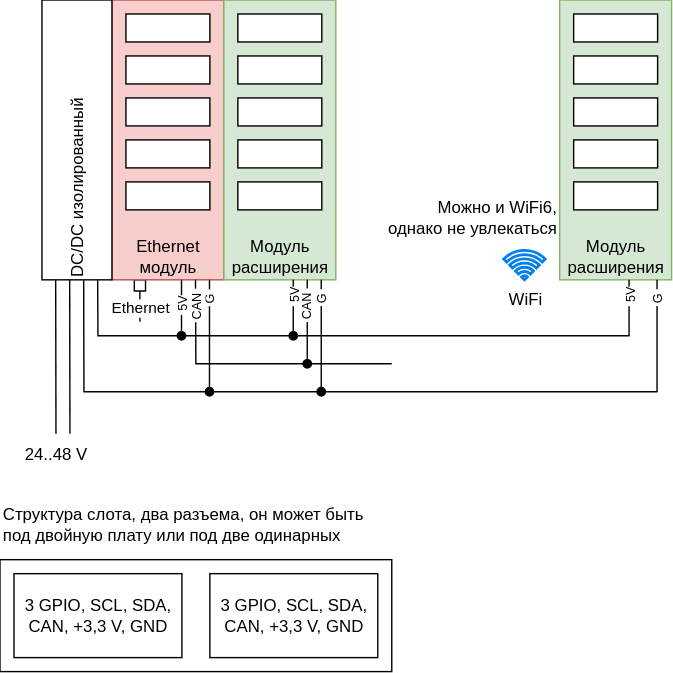
Above: docs/esphome/pic/modules.svg in atitoff/CSH4 (draw.io), before the change. Source tidied: cells renumbered, new cells last; positions are measured from the earlier drawing's top-left corner, leaving out a move shared by most shapes.
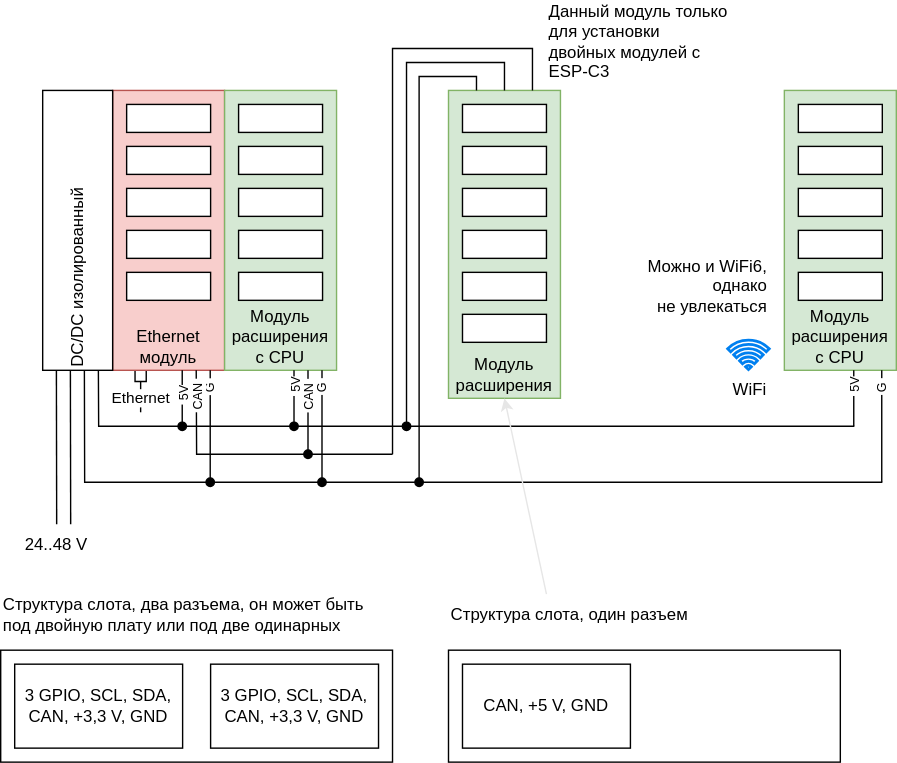
Above is the later version.

What changed in the source:
```diff
@@ -30,7 +30,7 @@
     <mxCell id="9" style="rounded=0;whiteSpace=wrap;html=1;" parent="1" vertex="1">
       <mxGeometry x="90" y="130" width="60" height="20" as="geometry" />
     </mxCell>
-    <mxCell id="10" value="Модуль расширения" style="rounded=0;whiteSpace=wrap;html=1;fillColor=#d5e8d4;strokeColor=#82b366;verticalAlign=bottom;" parent="1" vertex="1">
+    <mxCell id="10" value="Модуль расширения c CPU" style="rounded=0;whiteSpace=wrap;html=1;fillColor=#d5e8d4;strokeColor=#82b366;verticalAlign=bottom;" parent="1" vertex="1">
       <mxGeometry x="160" width="80" height="200" as="geometry" />
     </mxCell>
     <mxCell id="11" style="rounded=0;whiteSpace=wrap;html=1;" parent="1" vertex="1">
@@ -95,7 +95,7 @@
     </mxCell>
     <mxCell id="24" style="endArrow=none;html=1;rounded=0;" parent="1" edge="1">
       <mxGeometry relative="1" as="geometry">
-        <mxPoint x="470" y="280" as="sourcePoint" />
+        <mxPoint x="630" y="280" as="sourcePoint" />
         <mxPoint x="59.8" y="200" as="targetPoint" />
         <Array as="points">
           <mxPoint x="60" y="280" />
@@ -110,7 +110,7 @@
     </mxCell>
     <mxCell id="26" style="endArrow=none;html=1;rounded=0;" parent="1" edge="1">
       <mxGeometry relative="1" as="geometry">
-        <mxPoint x="450" y="240" as="sourcePoint" />
+        <mxPoint x="610" y="240" as="sourcePoint" />
         <mxPoint x="69.8" y="200" as="targetPoint" />
         <Array as="points">
           <mxPoint x="70" y="240" />
@@ -153,28 +153,28 @@
         <mxPoint x="-1" y="-5" as="offset" />
       </mxGeometry>
     </mxCell>
-    <mxCell id="34" value="Модуль расширения" style="rounded=0;whiteSpace=wrap;html=1;fillColor=#d5e8d4;strokeColor=#82b366;verticalAlign=bottom;" parent="1" vertex="1">
-      <mxGeometry x="400" width="80" height="200" as="geometry" />
+    <mxCell id="34" value="Модуль расширения c CPU" style="rounded=0;whiteSpace=wrap;html=1;fillColor=#d5e8d4;strokeColor=#82b366;verticalAlign=bottom;" parent="1" vertex="1">
+      <mxGeometry x="560" width="80" height="200" as="geometry" />
     </mxCell>
     <mxCell id="35" style="rounded=0;whiteSpace=wrap;html=1;" parent="1" vertex="1">
-      <mxGeometry x="410" y="10" width="60" height="20" as="geometry" />
+      <mxGeometry x="570" y="10" width="60" height="20" as="geometry" />
     </mxCell>
     <mxCell id="36" style="rounded=0;whiteSpace=wrap;html=1;" parent="1" vertex="1">
-      <mxGeometry x="410" y="40" width="60" height="20" as="geometry" />
+      <mxGeometry x="570" y="40" width="60" height="20" as="geometry" />
     </mxCell>
     <mxCell id="37" style="rounded=0;whiteSpace=wrap;html=1;" parent="1" vertex="1">
-      <mxGeometry x="410" y="70" width="60" height="20" as="geometry" />
+      <mxGeometry x="570" y="70" width="60" height="20" as="geometry" />
     </mxCell>
     <mxCell id="38" style="rounded=0;whiteSpace=wrap;html=1;" parent="1" vertex="1">
-      <mxGeometry x="410" y="100" width="60" height="20" as="geometry" />
+      <mxGeometry x="570" y="100" width="60" height="20" as="geometry" />
     </mxCell>
     <mxCell id="39" style="rounded=0;whiteSpace=wrap;html=1;" parent="1" vertex="1">
-      <mxGeometry x="410" y="130" width="60" height="20" as="geometry" />
+      <mxGeometry x="570" y="130" width="60" height="20" as="geometry" />
     </mxCell>
     <mxCell id="40" style="endArrow=none;html=1;rounded=0;endFill=0;" parent="1" edge="1">
       <mxGeometry relative="1" as="geometry">
-        <mxPoint x="449.6" y="200" as="sourcePoint" />
-        <mxPoint x="449.6" y="240" as="targetPoint" />
+        <mxPoint x="609.6" y="200" as="sourcePoint" />
+        <mxPoint x="609.6" y="240" as="targetPoint" />
       </mxGeometry>
     </mxCell>
     <mxCell id="41" value="&amp;nbsp;5V" style="edgeLabel;html=1;align=right;verticalAlign=middle;rotation=-90;fontSize=9;" parent="40" vertex="1">
@@ -184,8 +184,8 @@
     </mxCell>
     <mxCell id="42" style="endArrow=none;html=1;rounded=0;endFill=0;" parent="1" edge="1">
       <mxGeometry relative="1" as="geometry">
-        <mxPoint x="469.6" y="200" as="sourcePoint" />
-        <mxPoint x="469.6" y="280" as="targetPoint" />
+        <mxPoint x="629.6" y="200" as="sourcePoint" />
+        <mxPoint x="629.6" y="280" as="targetPoint" />
       </mxGeometry>
     </mxCell>
     <mxCell id="43" value="&amp;nbsp;G&amp;nbsp;" style="edgeLabel;html=1;align=center;verticalAlign=middle;rotation=-90;fontSize=9;" parent="42" vertex="1">
@@ -194,10 +194,10 @@
       </mxGeometry>
     </mxCell>
     <mxCell id="44" value="WiFi" style="html=1;verticalLabelPosition=bottom;align=center;labelBackgroundColor=#ffffff;verticalAlign=top;strokeWidth=2;strokeColor=#0080F0;shadow=0;dashed=0;shape=mxgraph.ios7.icons.wifi;" parent="1" vertex="1">
-      <mxGeometry x="360" y="179" width="29.7" height="21" as="geometry" />
+      <mxGeometry x="520" y="179" width="29.7" height="21" as="geometry" />
     </mxCell>
-    <mxCell id="45" value="Можно и WiFi6,&lt;div&gt;однако не увлекаться&lt;/div&gt;" style="text;html=1;whiteSpace=wrap;strokeColor=none;fillColor=none;align=right;verticalAlign=middle;rounded=0;" parent="1" vertex="1">
-      <mxGeometry x="260" y="140" width="140" height="30" as="geometry" />
+    <mxCell id="45" value="Можно и WiFi6,&lt;div&gt;однако&lt;/div&gt;&lt;div&gt;не увлекаться&lt;/div&gt;" style="text;html=1;whiteSpace=wrap;strokeColor=none;fillColor=none;align=right;verticalAlign=middle;rounded=0;" parent="1" vertex="1">
+      <mxGeometry x="450" y="125" width="99.7" height="30" as="geometry" />
     </mxCell>
     <mxCell id="46" style="rounded=0;whiteSpace=wrap;html=1;" parent="1" vertex="1">
       <mxGeometry y="400" width="280" height="80" as="geometry" />
@@ -211,5 +211,72 @@
     <mxCell id="49" value="3 GPIO, SCL, SDA, CAN, +3,3 V, GND" style="rounded=0;whiteSpace=wrap;html=1;" parent="1" vertex="1">
       <mxGeometry x="150" y="410" width="120" height="60" as="geometry" />
     </mxCell>
+    <mxCell id="50" value="Модуль расширения" style="rounded=0;whiteSpace=wrap;html=1;fillColor=#d5e8d4;strokeColor=#82b366;verticalAlign=bottom;" parent="1" vertex="1">
+      <mxGeometry x="320" width="80" height="220" as="geometry" />
+    </mxCell>
+    <mxCell id="51" style="rounded=0;whiteSpace=wrap;html=1;" parent="1" vertex="1">
+      <mxGeometry x="330" y="10" width="60" height="20" as="geometry" />
+    </mxCell>
+    <mxCell id="52" style="rounded=0;whiteSpace=wrap;html=1;" parent="1" vertex="1">
+      <mxGeometry x="330" y="40" width="60" height="20" as="geometry" />
+    </mxCell>
+    <mxCell id="53" style="rounded=0;whiteSpace=wrap;html=1;" parent="1" vertex="1">
+      <mxGeometry x="330" y="70" width="60" height="20" as="geometry" />
+    </mxCell>
+    <mxCell id="54" style="rounded=0;whiteSpace=wrap;html=1;" parent="1" vertex="1">
+      <mxGeometry x="330" y="100" width="60" height="20" as="geometry" />
+    </mxCell>
+    <mxCell id="55" style="rounded=0;whiteSpace=wrap;html=1;" parent="1" vertex="1">
+      <mxGeometry x="330" y="130" width="60" height="20" as="geometry" />
+    </mxCell>
+    <mxCell id="56" style="rounded=0;whiteSpace=wrap;html=1;" parent="1" vertex="1">
+      <mxGeometry x="330" y="160" width="60" height="20" as="geometry" />
+    </mxCell>
+    <mxCell id="57" style="endArrow=none;html=1;rounded=0;entryX=0.75;entryY=0;entryDx=0;entryDy=0;" parent="1" edge="1" target="50">
+      <mxGeometry relative="1" as="geometry">
+        <mxPoint x="280" y="260" as="sourcePoint" />
+        <Array as="points">
+          <mxPoint x="280" y="-30" />
+          <mxPoint x="380" y="-30" />
+        </Array>
+      </mxGeometry>
+    </mxCell>
+    <mxCell id="58" style="endArrow=none;html=1;rounded=0;entryX=0.5;entryY=0;entryDx=0;entryDy=0;endFill=0;startArrow=oval;startFill=1;" parent="1" edge="1" target="50">
+      <mxGeometry relative="1" as="geometry">
+        <mxPoint x="290" y="240" as="sourcePoint" />
+        <Array as="points">
+          <mxPoint x="290" y="40" />
+          <mxPoint x="290" y="-20" />
+          <mxPoint x="360" y="-20" />
+        </Array>
+      </mxGeometry>
+    </mxCell>
+    <mxCell id="59" style="endArrow=none;html=1;rounded=0;entryX=0.25;entryY=0;entryDx=0;entryDy=0;endFill=0;startArrow=oval;startFill=1;" parent="1" edge="1" target="50">
+      <mxGeometry relative="1" as="geometry">
+        <mxPoint x="299" y="280" as="sourcePoint" />
+        <Array as="points">
+          <mxPoint x="299" y="80" />
+          <mxPoint x="299" y="-10" />
+          <mxPoint x="340" y="-10" />
+        </Array>
+      </mxGeometry>
+    </mxCell>
+    <mxCell id="60" value="Данный модуль только для установки двойных модулей с ESP-C3" style="text;html=1;whiteSpace=wrap;strokeColor=none;fillColor=none;align=left;verticalAlign=middle;rounded=0;" parent="1" vertex="1">
+      <mxGeometry x="390" y="-50" width="130" height="30" as="geometry" />
+    </mxCell>
+    <mxCell id="61" style="rounded=0;whiteSpace=wrap;html=1;" parent="1" vertex="1">
+      <mxGeometry x="320" y="400" width="280" height="80" as="geometry" />
+    </mxCell>
+    <mxCell id="62" value="CAN, +5 V, GND" style="rounded=0;whiteSpace=wrap;html=1;" parent="1" vertex="1">
+      <mxGeometry x="330" y="410" width="120" height="60" as="geometry" />
+    </mxCell>
+    <mxCell id="63" value="Структура слота, один разъем" style="text;html=1;whiteSpace=wrap;strokeColor=none;fillColor=none;align=left;verticalAlign=middle;rounded=0;" parent="1" vertex="1">
+      <mxGeometry x="320" y="360" width="280" height="30" as="geometry" />
+    </mxCell>
+    <mxCell id="64" style="endArrow=classic;html=1;rounded=0;exitX=0.25;exitY=0;exitDx=0;exitDy=0;strokeColor=#E6E6E6;" parent="1" edge="1" source="63">
+      <mxGeometry relative="1" as="geometry">
+        <mxPoint x="360" y="220" as="targetPoint" />
+      </mxGeometry>
+    </mxCell>
   </root>
 </mxGraphModel>
```
